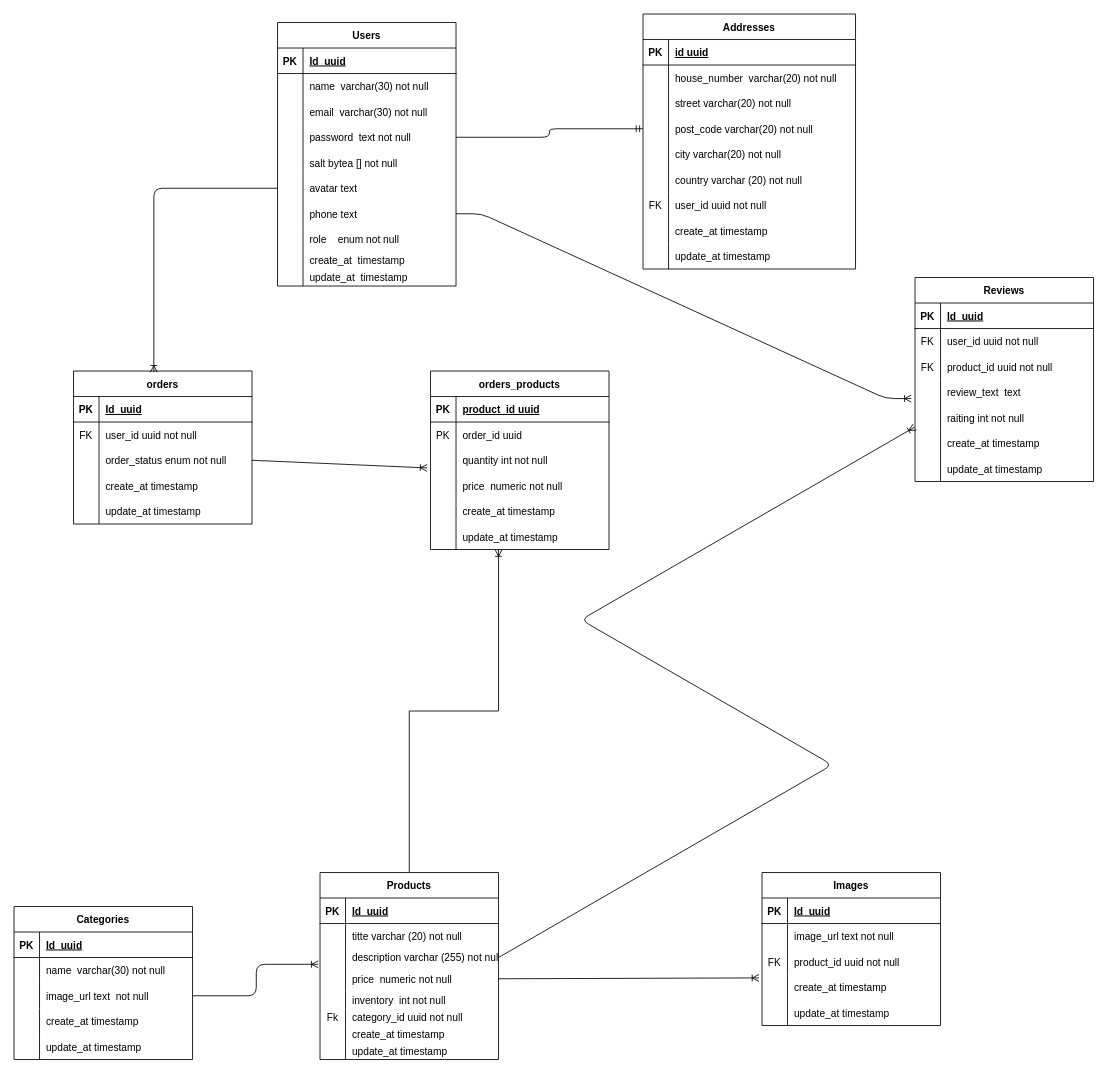
This is page "Page-1" (1 of 2) of fStore/Diagrams/ErdDiagram.drawio from AbhishekSingh1909/CSharp-FullStack, a draw.io file, before an edit. Source tidied: cells renumbered, new cells numbered last; positions are measured from the earlier drawing's top-left corner, leaving out a move shared by most shapes. Both pictures are drawn from the tidied source at 85%, with x=0, y=0 at pixel (14, 14).
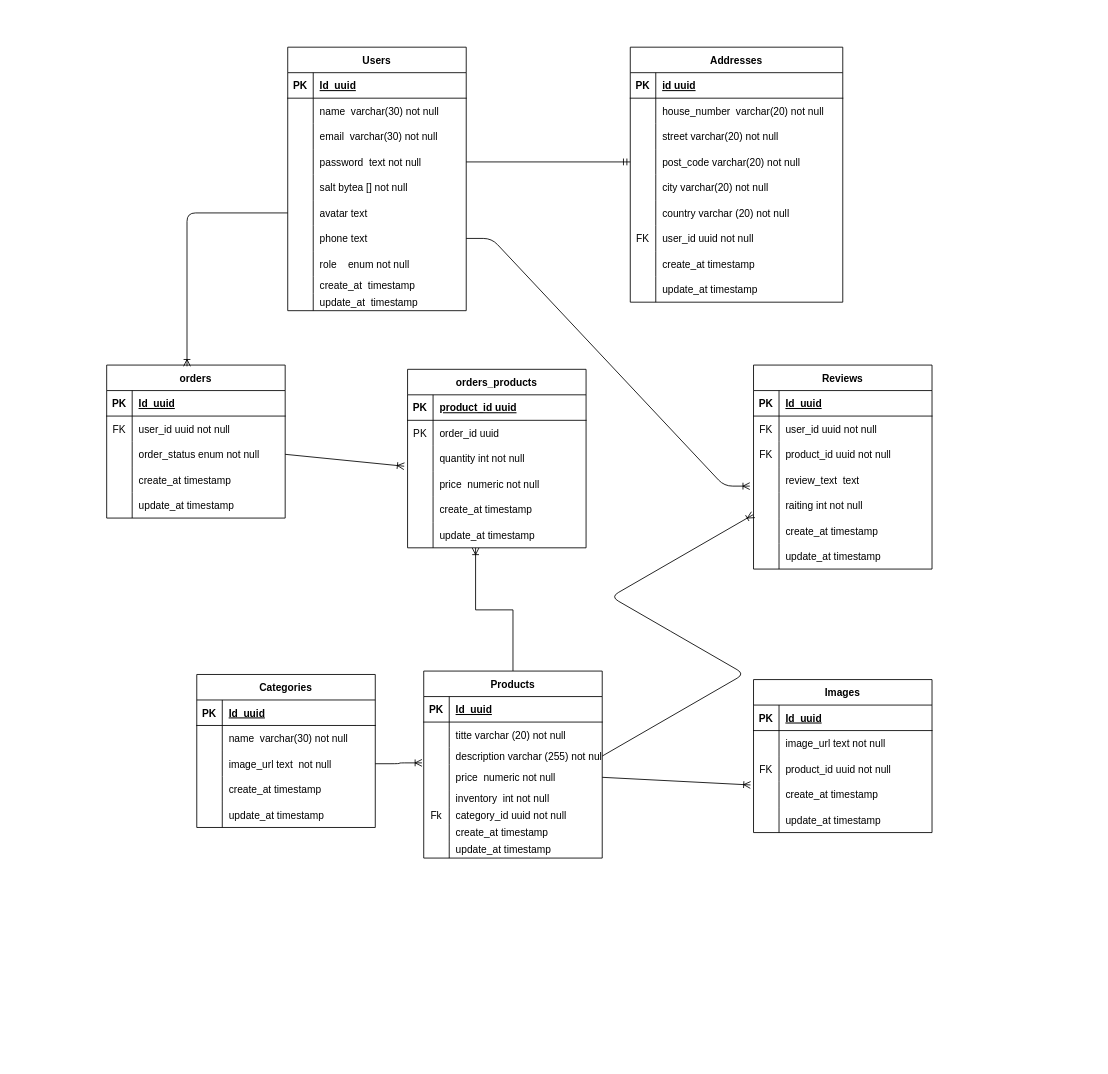
The same page after the edit.

Change to the diagram source:
```diff
@@
-<mxGraphModel>
+<mxGraphModel background="#FFFFFF">
@@
     <mxCell id="2" value="Users" style="shape=table;startSize=30;childLayout=tableLayout;rowLines=0;fontStyle=1;align=center;rounded=0;" parent="1" vertex="1">
-      <mxGeometry x="310" y="10" width="210" height="310" as="geometry" />
+      <mxGeometry x="322" y="39" width="210" height="310" as="geometry" />
     </mxCell>
@@
     <mxCell id="33" value="Addresses" style="shape=table;startSize=30;childLayout=tableLayout;rowLines=0;fontStyle=1;align=center;rounded=0;" parent="1" vertex="1">
-      <mxGeometry x="740" width="250" height="300" as="geometry" />
+      <mxGeometry x="725" y="39" width="250" height="300" as="geometry" />
     </mxCell>
@@
     <mxCell id="61" value="Categories" style="shape=table;startSize=30;childLayout=tableLayout;rowLines=0;fontStyle=1;align=center;rounded=0;" parent="1" vertex="1">
-      <mxGeometry y="1050" width="210" height="180" as="geometry" />
+      <mxGeometry x="215" y="777" width="210" height="180" as="geometry" />
     </mxCell>
@@
     <mxCell id="78" value="Products" style="shape=table;startSize=30;childLayout=tableLayout;rowLines=0;fontStyle=1;align=center;rounded=0;" parent="1" vertex="1">
-      <mxGeometry x="360" y="1010" width="210" height="220" as="geometry" />
+      <mxGeometry x="482" y="773" width="210" height="220" as="geometry" />
     </mxCell>
@@
     <mxCell id="103" value="Images" style="shape=table;startSize=30;childLayout=tableLayout;rowLines=0;fontStyle=1;align=center;rounded=0;" parent="1" vertex="1">
-      <mxGeometry x="880" y="1010" width="210" height="180" as="geometry" />
+      <mxGeometry x="870" y="783" width="210" height="180" as="geometry" />
     </mxCell>
@@
     <mxCell id="119" value="orders" style="shape=table;startSize=30;childLayout=tableLayout;rowLines=0;fontStyle=1;align=center;rounded=0;" parent="1" vertex="1">
-      <mxGeometry x="70" y="420" width="210" height="180" as="geometry" />
+      <mxGeometry x="109" y="413" width="210" height="180" as="geometry" />
     </mxCell>
@@
     <mxCell id="135" value="orders_products" style="shape=table;startSize=30;childLayout=tableLayout;rowLines=0;fontStyle=1;align=center;rounded=0;" parent="1" vertex="1">
-      <mxGeometry x="490" y="420" width="210" height="210" as="geometry" />
+      <mxGeometry x="463" y="418" width="210" height="210" as="geometry" />
     </mxCell>
@@
-    <mxCell id="157" value="Reviews" style="shape=table;startSize=30;childLayout=tableLayout;rowLines=0;fontStyle=1;align=center;rounded=0;" parent="1" vertex="1">
-      <mxGeometry x="1060" y="310" width="210" height="240" as="geometry" />
+    <mxCell id="157" value="Reviews" style="shape=table;startSize=30;childLayout=tableLayout;rowLines=0;fontStyle=1;align=center;rounded=0;gradientColor=none;" parent="1" vertex="1">
+      <mxGeometry x="870" y="413" width="210" height="240" as="geometry" />
     </mxCell>
```
